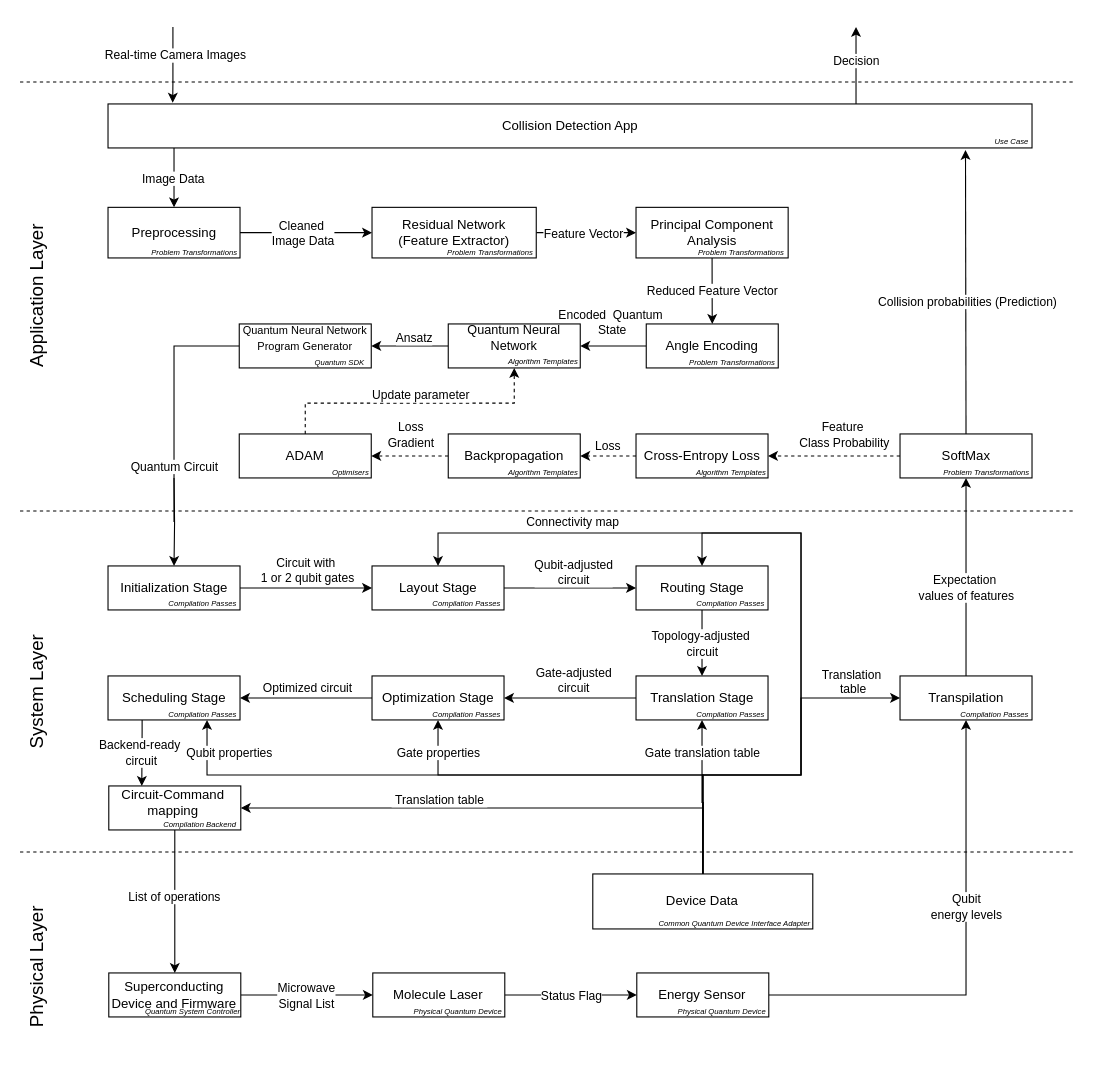
Above: page "scenario4" (4 of 4) of docs/scenario-based-analysis/images/scenarios.drawio in FullStaQD/architecture (draw.io), before the change. Source tidied: cells renumbered, new cells numbered last; positions are measured from the earlier drawing's top-left corner, leaving out a move shared by most shapes. Both pictures are drawn from the tidied source at 110%, with x=0, y=0 at pixel (-57, 26).
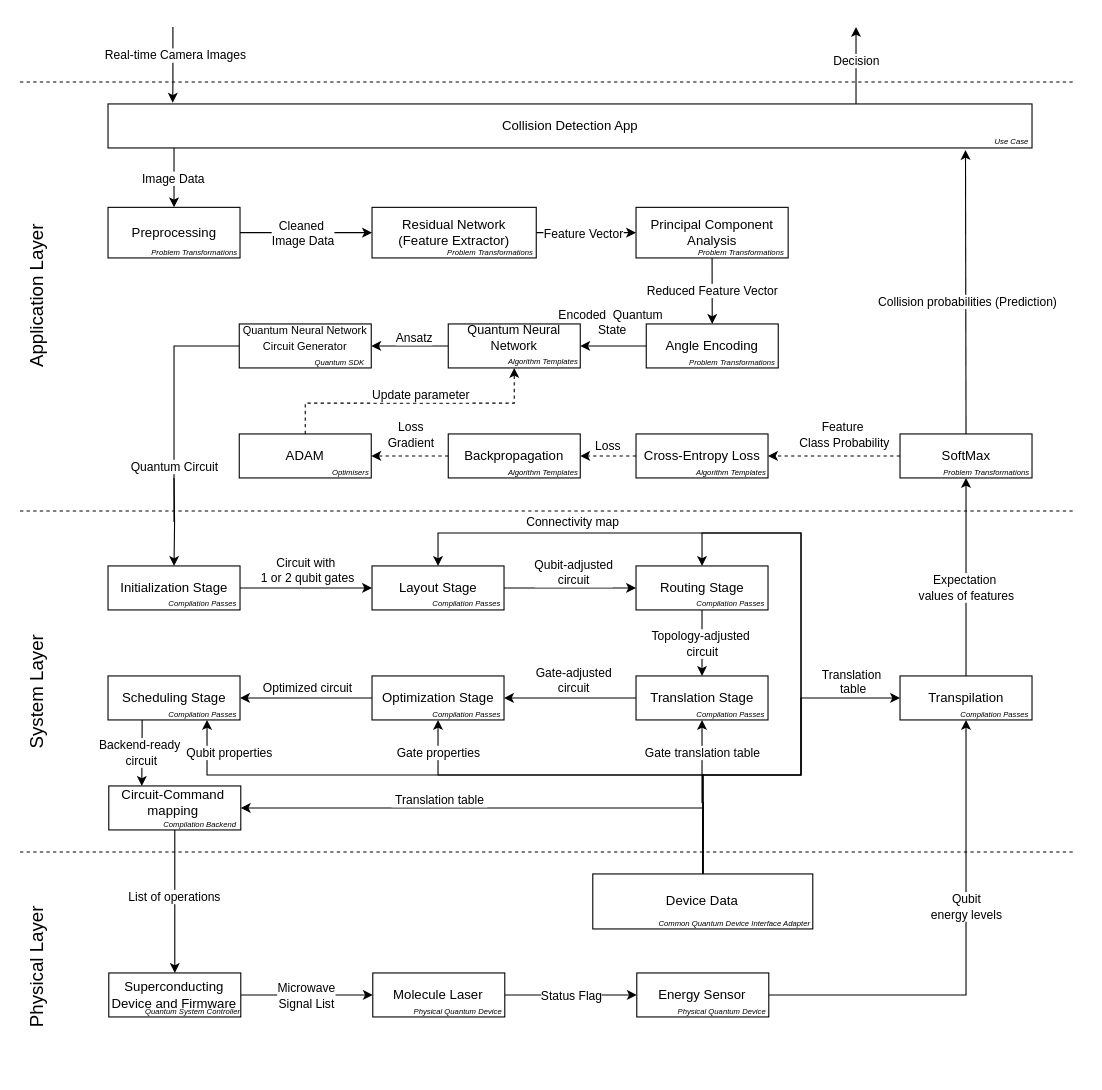
The same diagram, later.

Commit message (it also covers changes not shown here):
Programm Generator -> Circuit Generator

The edit, as a diff of the source:
```diff
@@
-    <mxCell id="116" value="&lt;font style=&quot;font-size: 10px;&quot;&gt;Quantum Neural Network Program Generator&lt;/font&gt;&lt;div&gt;&lt;font style=&quot;font-size: 8px;&quot;&gt;&lt;br&gt;&lt;/font&gt;&lt;/div&gt;" style="rounded=0;whiteSpace=wrap;html=1;" parent="1" vertex="1">
+    <mxCell id="116" value="&lt;font style=&quot;font-size: 10px;&quot;&gt;Quantum Neural Network Circuit Generator&lt;/font&gt;&lt;div&gt;&lt;font style=&quot;font-size: 8px;&quot;&gt;&lt;br&gt;&lt;/font&gt;&lt;/div&gt;" style="rounded=0;whiteSpace=wrap;html=1;" parent="1" vertex="1">
       <mxGeometry x="269" y="270" width="120" height="40" as="geometry" />
     </mxCell>
```
